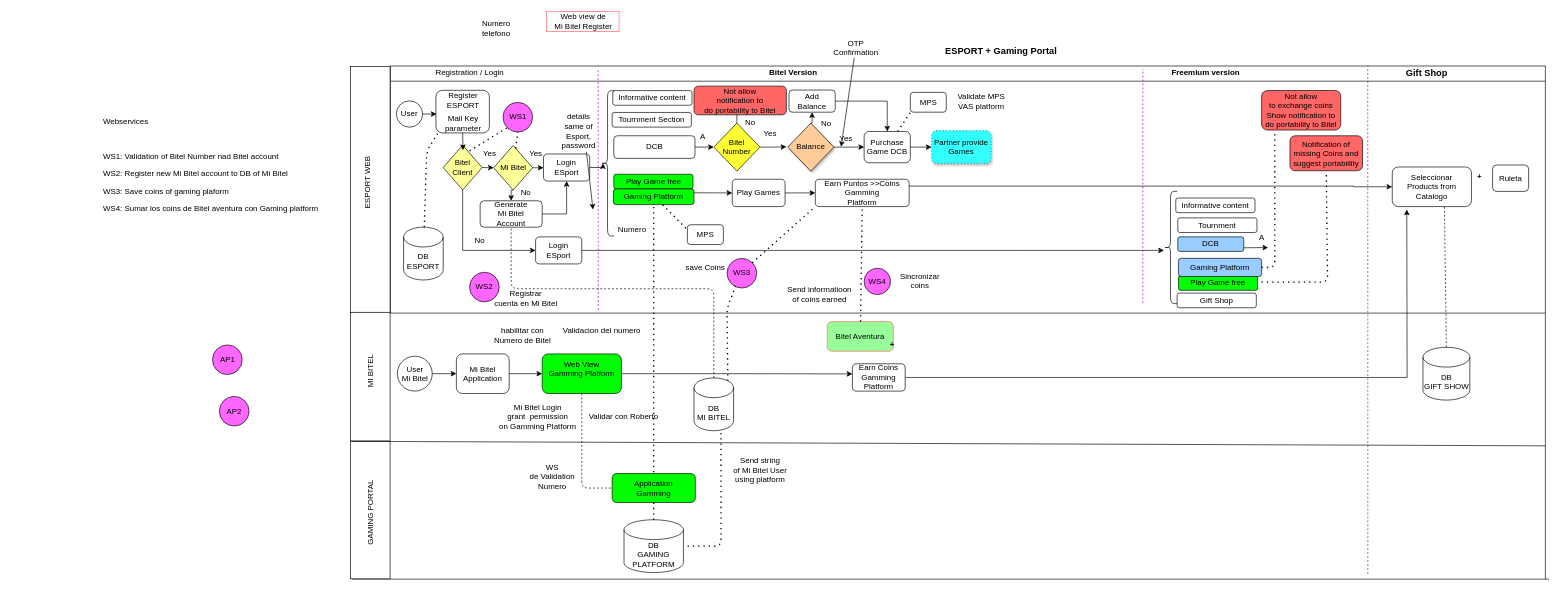
The draw.io diagram Mercado Libre /Esport and Bitel Gaming.drawio in czevallos99/Ecommerce, before the edit. Source tidied: cells renumbered, new cells numbered last; positions are measured from the earlier drawing's top-left corner, leaving out a move shared by most shapes. Both pictures are drawn from the tidied source at 66%, with x=0, y=0 at pixel (100, 11).
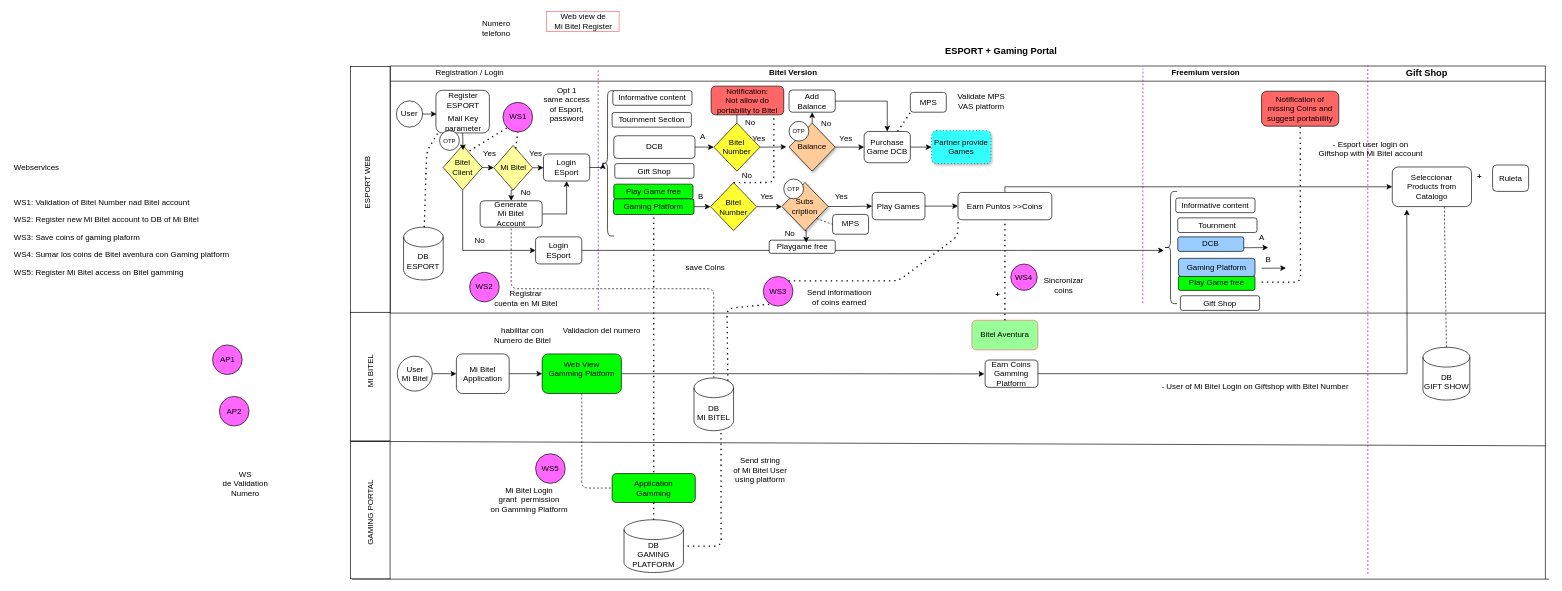
Above is the later version.

The change refers to these unchanged cells:
```xml
<mxCell id="2" style="swimlane;whiteSpace=wrap;startSize=23;" parent="1" vertex="1">
  <mxGeometry x="440" y="82.5" width="1750" height="374.4" as="geometry" />
</mxCell>
<mxCell id="36" value="&lt;div&gt;Seleccionar&lt;/div&gt;&lt;div&gt;Products from Catalogo&lt;br&gt;&lt;/div&gt;" style="rounded=1;whiteSpace=wrap;html=1;shadow=0;fillColor=#FFFFFF;" parent="2" vertex="1">
  <mxGeometry x="1518" y="153" width="120" height="60" as="geometry" />
</mxCell>
<mxCell id="64" value="Yes" style="text;html=1;align=center;verticalAlign=middle;points=[];strokeColor=none;" parent="2" vertex="1">
  <mxGeometry x="670" y="100" width="40" height="20" as="geometry" />
</mxCell>
<mxCell id="101" value="&lt;div&gt;DB&lt;/div&gt;&lt;div&gt;GAMING &lt;br&gt;&lt;/div&gt;&lt;div&gt;PLATFORM&lt;br&gt;&lt;/div&gt;" style="shape=cylinder3;whiteSpace=wrap;html=1;boundedLbl=1;backgroundOutline=1;size=15;fillColor=#FFFFFF;" parent="1" vertex="1">
  <mxGeometry x="794" y="770" width="90" height="80" as="geometry" />
</mxCell>
<mxCell id="107" value="&lt;div&gt;Web View &lt;br&gt;&lt;/div&gt;&lt;div&gt;Gamming Platform&lt;/div&gt;&lt;div&gt;&lt;br&gt;&lt;/div&gt;" style="rounded=1;whiteSpace=wrap;html=1;shadow=0;fillColor=#00FF00;" parent="1" vertex="1">
  <mxGeometry x="670" y="518.7" width="120" height="60" as="geometry" />
</mxCell>
```

Change to the diagram source:
```diff
@@
     <mxCell id="17" value="Play Game free" style="rounded=1;whiteSpace=wrap;html=1;fillColor=#00FF00;" parent="2" vertex="1">
-      <mxGeometry x="338.5" y="164" width="120" height="22.2" as="geometry" />
+      <mxGeometry x="338.5" y="179" width="120" height="22.2" as="geometry" />
     </mxCell>
@@
     <mxCell id="22" value="Play Game free" style="rounded=1;whiteSpace=wrap;html=1;fillColor=#00FF00;" parent="2" vertex="1">
-      <mxGeometry x="1194" y="317.7" width="120" height="22.2" as="geometry" />
+      <mxGeometry x="1194" y="317.8" width="116" height="22.2" as="geometry" />
     </mxCell>
@@
     <mxCell id="31" value="Balance" style="rhombus;whiteSpace=wrap;html=1;fillColor=#FFCC99;shadow=1;" parent="2" vertex="1">
-      <mxGeometry x="602" y="86.5" width="70" height="72.8" as="geometry" />
+      <mxGeometry x="604" y="86.5" width="70" height="72.8" as="geometry" />
     </mxCell>
@@
     <mxCell id="37" value="&lt;div&gt;Notification of missing Coins and suggest portabiility&lt;br&gt;&lt;/div&gt;" style="rounded=1;whiteSpace=wrap;html=1;shadow=0;fillColor=#FF6666;" parent="2" vertex="1">
-      <mxGeometry x="1363" y="105.7" width="110" height="53" as="geometry" />
+      <mxGeometry x="1320" y="38.2" width="117" height="53" as="geometry" />
     </mxCell>
-    <mxCell id="38" value="&lt;div&gt;Not allow &lt;br&gt;&lt;/div&gt;&lt;div&gt;to exchange coins&lt;/div&gt;&lt;div&gt;Show notification to&lt;/div&gt;&lt;div&gt;do portability to Bitel&lt;br&gt;&lt;/div&gt;" style="rounded=1;whiteSpace=wrap;html=1;shadow=0;fillColor=#FF6666;" parent="2" vertex="1">
-      <mxGeometry x="1320" y="37.1" width="120" height="60" as="geometry" />
-    </mxCell>
-    <mxCell id="39" style="edgeStyle=orthogonalEdgeStyle;rounded=0;jettySize=auto;html=1;exitX=1;exitY=0.25;exitDx=0;exitDy=0;entryX=0;entryY=0.5;entryDx=0;entryDy=0;" parent="2" edge="1" source="40" target="72">
-      <mxGeometry relative="1" as="geometry" />
-    </mxCell>
+    <mxCell id="142" style="edgeStyle=orthogonalEdgeStyle;rounded=0;jettySize=auto;html=1;exitX=1;exitY=0.5;exitDx=0;exitDy=0;entryX=0;entryY=0.5;entryDx=0;entryDy=0;" parent="2" edge="1" source="40" target="144">
+      <mxGeometry relative="1" as="geometry" />
+    </mxCell>
     <mxCell id="40" value="&lt;div&gt;Gaming Platform&lt;/div&gt;" style="rounded=1;whiteSpace=wrap;html=1;shadow=0;fillColor=#00FF00;" parent="2" vertex="1">
-      <mxGeometry x="338" y="186.2" width="122" height="23.8" as="geometry" />
+      <mxGeometry x="338" y="201.2" width="122" height="23.8" as="geometry" />
     </mxCell>
+    <mxCell id="42" style="edgeStyle=orthogonalEdgeStyle;rounded=0;jettySize=auto;html=1;exitX=0.5;exitY=0;exitDx=0;exitDy=0;entryX=0;entryY=0.5;entryDx=0;entryDy=0;" parent="2" edge="1" source="41" target="36">
+      <mxGeometry relative="1" as="geometry">
+        <Array as="points">
+          <mxPoint x="931" y="183" />
+        </Array>
+      </mxGeometry>
+    </mxCell>
-    <mxCell id="41" value="&lt;div&gt;Earn Puntos &amp;gt;&amp;gt;Coins&lt;/div&gt;&lt;div&gt;Gamming &lt;br&gt;&lt;/div&gt;&lt;div&gt;Platform&lt;br&gt;&lt;/div&gt;" style="rounded=1;whiteSpace=wrap;html=1;shadow=0;fillColor=#FFFFFF;" parent="2" vertex="1">
-      <mxGeometry x="643.8" y="171.6" width="142.2" height="41.4" as="geometry" />
+    <mxCell id="41" value="&lt;div&gt;Earn Puntos &amp;gt;&amp;gt;Coins&lt;/div&gt;" style="rounded=1;whiteSpace=wrap;html=1;shadow=0;fillColor=#FFFFFF;" parent="2" vertex="1">
+      <mxGeometry x="860" y="191.6" width="142.2" height="41.4" as="geometry" />
     </mxCell>
-    <mxCell id="42" style="edgeStyle=orthogonalEdgeStyle;rounded=0;jettySize=auto;html=1;exitX=1;exitY=0.25;exitDx=0;exitDy=0;entryX=0;entryY=0.5;entryDx=0;entryDy=0;" parent="2" edge="1" source="41" target="36">
-      <mxGeometry relative="1" as="geometry">
-        <Array as="points">
-          <mxPoint x="1460" y="182" />
-          <mxPoint x="1460" y="183" />
-        </Array>
-      </mxGeometry>
-    </mxCell>
@@
     <mxCell id="44" value="&lt;div&gt;&lt;br&gt;&lt;/div&gt;&lt;div&gt;Gaming Platform&lt;/div&gt;&lt;div&gt;&lt;br&gt;&lt;/div&gt;" style="rounded=1;whiteSpace=wrap;html=1;shadow=0;fillColor=#99CCFF;" parent="2" vertex="1">
-      <mxGeometry x="1194" y="291.4" width="126" height="27.5" as="geometry" />
+      <mxGeometry x="1194" y="291.4" width="116" height="27.5" as="geometry" />
     </mxCell>
@@
-    <mxCell id="58" value="&lt;div&gt;Not allow &lt;br&gt;&lt;/div&gt;notification to&lt;div&gt;do portability to Bitel&lt;br&gt;&lt;/div&gt;" style="rounded=1;whiteSpace=wrap;html=1;shadow=0;fillColor=#FF6666;" parent="2" vertex="1">
-      <mxGeometry x="460" y="30.5" width="140" height="43.5" as="geometry" />
+    <mxCell id="58" value="&lt;div&gt;NotIfication: &lt;br&gt;&lt;/div&gt;&lt;div&gt;Not allow do portability to Bitel&lt;br&gt;&lt;/div&gt;" style="rounded=1;whiteSpace=wrap;html=1;shadow=0;fillColor=#FF6666;" parent="2" vertex="1">
+      <mxGeometry x="486" y="30.5" width="110" height="43.5" as="geometry" />
     </mxCell>
     <mxCell id="59" value="Yes" style="text;html=1;align=center;verticalAlign=middle;strokeColor=none;" parent="2" vertex="1">
-      <mxGeometry x="555" y="92.6" width="40" height="20" as="geometry" />
+      <mxGeometry x="537.8" y="100.3" width="40" height="20" as="geometry" />
     </mxCell>
@@
-    <mxCell id="67" style="endArrow=none;dashed=1;html=1;dashPattern=1 3;strokeWidth=2;exitX=1;exitY=0.5;exitDx=0;exitDy=0;" parent="2" edge="1" source="44">
-      <mxGeometry relative="1" as="geometry">
-        <mxPoint x="1340" y="102.5" as="targetPoint" />
-        <Array as="points">
-          <mxPoint x="1340" y="305.5" />
-        </Array>
-      </mxGeometry>
-    </mxCell>
     <mxCell id="68" value="MPS" style="rounded=1;whiteSpace=wrap;html=1;fillColor=#FFFFFF;" parent="2" vertex="1">
-      <mxGeometry x="450" y="240.5" width="54.5" height="30" as="geometry" />
+      <mxGeometry x="670" y="224.9" width="54.5" height="30" as="geometry" />
     </mxCell>
-    <mxCell id="69" style="endArrow=none;dashed=1;html=1;dashPattern=1 3;strokeWidth=2;exitX=0.611;exitY=1.008;exitDx=0;exitDy=0;exitPerimeter=0;entryX=0;entryY=0.25;entryDx=0;entryDy=0;" parent="2" edge="1" source="40" target="68">
-      <mxGeometry relative="1" as="geometry" />
-    </mxCell>
@@
     <mxCell id="72" value="Play Games" style="rounded=1;whiteSpace=wrap;html=1;shadow=0;fillColor=#FFFFFF;" parent="2" vertex="1">
-      <mxGeometry x="518" y="171.6" width="80" height="41.4" as="geometry" />
+      <mxGeometry x="730" y="191.6" width="80" height="41.4" as="geometry" />
     </mxCell>
@@
     <mxCell id="75" value="&lt;div&gt;Send informatioon &lt;br&gt;&lt;/div&gt;&lt;div&gt;of coins earned&lt;br&gt;&lt;/div&gt;" style="text;html=1;align=center;verticalAlign=middle;strokeColor=none;" parent="2" vertex="1">
-      <mxGeometry x="590" y="330" width="120" height="30" as="geometry" />
+      <mxGeometry x="620" y="335" width="120" height="30" as="geometry" />
     </mxCell>
     <mxCell id="76" value="WS4" style="ellipse;whiteSpace=wrap;html=1;fillColor=#FF66FF;" parent="2" vertex="1">
-      <mxGeometry x="717.8" y="306.4" width="40" height="40" as="geometry" />
+      <mxGeometry x="940" y="300" width="40" height="40" as="geometry" />
     </mxCell>
     <mxCell id="77" value="Gift Shop" style="rounded=1;whiteSpace=wrap;html=1;fillColor=#FFFFFF;" parent="2" vertex="1">
-      <mxGeometry x="1192" y="344.1" width="120" height="22.2" as="geometry" />
+      <mxGeometry x="340" y="147.9" width="120" height="22.2" as="geometry" />
     </mxCell>
     <mxCell id="78" value="WS3" style="ellipse;whiteSpace=wrap;html=1;fillColor=#FF66FF;" parent="2" vertex="1">
-      <mxGeometry x="510.1" y="291.5" width="44.9" height="44.9" as="geometry" />
+      <mxGeometry x="565" y="318.9" width="44.9" height="44.9" as="geometry" />
     </mxCell>
     <mxCell id="79" value="&lt;div&gt;Sincronizar&lt;/div&gt;&lt;div&gt; coins&lt;/div&gt;" style="text;html=1;align=center;verticalAlign=middle;strokeColor=none;" parent="2" vertex="1">
-      <mxGeometry x="762.2" y="310" width="80" height="30" as="geometry" />
+      <mxGeometry x="980" y="317.8" width="80" height="30" as="geometry" />
     </mxCell>
@@
     <mxCell id="81" style="endArrow=none;dashed=1;html=1;dashPattern=1 3;strokeWidth=2;entryX=0;entryY=1;entryDx=0;entryDy=0;exitX=1;exitY=0;exitDx=0;exitDy=0;" parent="2" edge="1" source="78" target="41">
-      <mxGeometry relative="1" as="geometry" />
+      <mxGeometry relative="1" as="geometry">
+        <Array as="points">
+          <mxPoint x="770" y="325.5" />
+          <mxPoint x="860" y="257.5" />
+        </Array>
+      </mxGeometry>
     </mxCell>
@@
-    <mxCell id="83" value="&lt;div&gt;details&lt;/div&gt;&lt;div&gt;same of&lt;/div&gt;&lt;div&gt;Esport, &lt;br&gt;&lt;/div&gt;&lt;div&gt;password&lt;br&gt;&lt;/div&gt;" style="text;html=1;align=center;verticalAlign=middle;points=[];strokeColor=none;" parent="2" vertex="1">
-      <mxGeometry x="250" y="68.9" width="70" height="60" as="geometry" />
+    <mxCell id="83" value="Opt 1&lt;br&gt;&lt;div&gt;same access&lt;/div&gt;&lt;div&gt;of Esport, &lt;br&gt;&lt;/div&gt;&lt;div&gt;password&lt;br&gt;&lt;/div&gt;" style="text;html=1;align=center;verticalAlign=middle;points=[];strokeColor=none;" parent="2" vertex="1">
+      <mxGeometry x="222" y="28.9" width="90" height="60" as="geometry" />
     </mxCell>
@@
-    <mxCell id="87" value="Numero" style="text;html=1;align=center;verticalAlign=middle;strokeColor=none;" parent="2" vertex="1">
-      <mxGeometry x="336" y="238.9" width="60" height="20" as="geometry" />
-    </mxCell>
@@
+    <mxCell id="143" style="edgeStyle=orthogonalEdgeStyle;rounded=0;jettySize=auto;html=1;exitX=1;exitY=0.5;exitDx=0;exitDy=0;entryX=0;entryY=0.5;entryDx=0;entryDy=0;" parent="2" edge="1" source="144" target="146">
+      <mxGeometry relative="1" as="geometry" />
+    </mxCell>
+    <mxCell id="144" value="Bitel Number" style="rhombus;whiteSpace=wrap;html=1;fillColor=#FFFF33;" parent="2" vertex="1">
+      <mxGeometry x="485" y="176.7" width="70" height="72.8" as="geometry" />
+    </mxCell>
+    <mxCell id="145" style="edgeStyle=orthogonalEdgeStyle;rounded=0;jettySize=auto;html=1;exitX=1;exitY=0.5;exitDx=0;exitDy=0;entryX=0;entryY=0.5;entryDx=0;entryDy=0;" parent="2" edge="1" source="146" target="72">
+      <mxGeometry relative="1" as="geometry" />
+    </mxCell>
+    <mxCell id="146" value="&lt;div&gt;Subs&lt;/div&gt;&lt;div&gt;cription&lt;/div&gt;" style="rhombus;whiteSpace=wrap;html=1;fillColor=#FFCC99;shadow=1;" parent="2" vertex="1">
+      <mxGeometry x="593.2" y="176.5" width="70" height="72.8" as="geometry" />
+    </mxCell>
+    <mxCell id="147" style="endArrow=none;dashed=1;html=1;exitX=1;exitY=1;exitDx=0;exitDy=0;entryX=0;entryY=0.5;entryDx=0;entryDy=0;" parent="2" edge="1" source="146" target="68">
+      <mxGeometry relative="1" as="geometry" />
+    </mxCell>
+    <mxCell id="148" value="Yes" style="text;html=1;align=center;verticalAlign=middle;strokeColor=none;" parent="2" vertex="1">
+      <mxGeometry x="550" y="187.7" width="40" height="20" as="geometry" />
+    </mxCell>
+    <mxCell id="149" style="endArrow=none;dashed=1;html=1;dashPattern=1 3;strokeWidth=2;entryX=0.864;entryY=1.012;entryDx=0;entryDy=0;exitX=0.5;exitY=0;exitDx=0;exitDy=0;entryPerimeter=0;" parent="2" edge="1" source="144" target="58">
+      <mxGeometry relative="1" as="geometry">
+        <Array as="points">
+          <mxPoint x="581" y="176.5" />
+        </Array>
+      </mxGeometry>
+    </mxCell>
+    <mxCell id="150" value="No" style="text;html=1;align=center;verticalAlign=middle;strokeColor=none;" parent="2" vertex="1">
+      <mxGeometry x="525" y="156.5" width="30" height="20" as="geometry" />
+    </mxCell>
+    <mxCell id="151" value="Yes" style="text;html=1;align=center;verticalAlign=middle;strokeColor=none;" parent="2" vertex="1">
+      <mxGeometry x="663.2" y="187.7" width="40" height="20" as="geometry" />
+    </mxCell>
+    <mxCell id="152" value="No" style="text;html=1;align=center;verticalAlign=middle;strokeColor=none;" parent="2" vertex="1">
+      <mxGeometry x="590" y="243.9" width="30" height="20" as="geometry" />
+    </mxCell>
+    <mxCell id="153" style="rounded=1;whiteSpace=wrap;html=1;" parent="2" vertex="1">
+      <mxGeometry x="574" y="263.9" width="100" height="20" as="geometry" />
+    </mxCell>
+    <mxCell id="154" value="Playgame free" style="text;html=1;align=center;verticalAlign=middle;strokeColor=none;" parent="2" vertex="1">
+      <mxGeometry x="574" y="263.9" width="100" height="20" as="geometry" />
+    </mxCell>
+    <mxCell id="155" value="B" style="text;html=1;align=center;verticalAlign=middle;strokeColor=none;" parent="2" vertex="1">
+      <mxGeometry x="1320" y="283.9" width="20" height="20" as="geometry" />
+    </mxCell>
+    <mxCell id="156" value="&lt;font style=&quot;font-size: 9px&quot;&gt;OTP&lt;/font&gt;" style="ellipse;whiteSpace=wrap;html=1;" parent="2" vertex="1">
+      <mxGeometry x="604" y="83.9" width="30" height="30" as="geometry" />
+    </mxCell>
+    <mxCell id="157" value="&lt;font style=&quot;font-size: 9px&quot;&gt;OTP&lt;/font&gt;" style="ellipse;whiteSpace=wrap;html=1;" parent="2" vertex="1">
+      <mxGeometry x="74.5" y="97.9" width="30" height="30" as="geometry" />
+    </mxCell>
+    <mxCell id="158" value="&lt;font style=&quot;font-size: 9px&quot;&gt;OTP&lt;/font&gt;" style="ellipse;whiteSpace=wrap;html=1;" parent="2" vertex="1">
+      <mxGeometry x="596" y="171.2" width="30" height="30" as="geometry" />
+    </mxCell>
+    <mxCell id="159" value="&lt;div&gt;- Esport user login on&lt;/div&gt;&lt;div&gt;Giftshop with Mi Bitel account&lt;br&gt;&lt;/div&gt;" style="text;html=1;align=center;verticalAlign=middle;strokeColor=none;" parent="2" vertex="1">
+      <mxGeometry x="1390" y="110" width="190" height="30" as="geometry" />
+    </mxCell>
+    <mxCell id="139" value="&lt;b&gt;+&lt;/b&gt;" style="text;html=1;align=center;verticalAlign=middle;strokeColor=none;" parent="2" vertex="1">
+      <mxGeometry x="910" y="336.4" width="20" height="20" as="geometry" />
+    </mxCell>
@@
     <mxCell id="105" style="endArrow=none;dashed=1;html=1;dashPattern=1 3;strokeWidth=2;entryX=0.5;entryY=1;entryDx=0;entryDy=0;" parent="1" edge="1" source="101" target="40">
-      <mxGeometry relative="1" as="geometry">
-        <Array as="points">
-          <mxPoint x="839" y="670" />
-        </Array>
-      </mxGeometry>
+      <mxGeometry relative="1" as="geometry" />
     </mxCell>
     <mxCell id="106" style="edgeStyle=orthogonalEdgeStyle;rounded=0;jettySize=auto;html=1;exitX=1;exitY=0.5;exitDx=0;exitDy=0;" parent="1" edge="1" source="107">
       <mxGeometry relative="1" as="geometry">
-        <mxPoint x="1140" y="549" as="targetPoint" />
+        <mxPoint x="1340" y="549" as="targetPoint" />
       </mxGeometry>
     </mxCell>
@@
-    <mxCell id="112" value="Webservices&lt;p&gt;&lt;br&gt;&lt;/p&gt;&lt;p&gt;WS1: Validation of Bitel Number nad Bitel account&lt;br&gt;&lt;/p&gt;WS2: Register new Mi Bitel account to DB of Mi Bitel&lt;br&gt;&lt;p&gt;WS3: Save coins of gaming plaform&lt;/p&gt;&lt;p&gt;WS4: Sumar los coins de Bitel aventura con Gaming platform&lt;/p&gt;&lt;p&gt;&lt;br&gt;&lt;/p&gt;&lt;p&gt;&lt;br&gt;&lt;/p&gt;" style="text;html=1;strokeColor=none;fillColor=none;spacing=5;spacingTop=-20;whiteSpace=wrap;overflow=hidden;rounded=0;shadow=0;" parent="1" vertex="1">
-      <mxGeometry y="170" width="350" height="250" as="geometry" />
+    <mxCell id="112" value="Webservices&lt;p&gt;&lt;br&gt;&lt;/p&gt;&lt;p&gt;WS1: Validation of Bitel Number nad Bitel account&lt;br&gt;&lt;/p&gt;WS2: Register new Mi Bitel account to DB of Mi Bitel&lt;br&gt;&lt;p&gt;WS3: Save coins of gaming plaform&lt;/p&gt;&lt;p&gt;WS4: Sumar los coins de Bitel aventura con Gaming platform&lt;/p&gt;&lt;p&gt;WS5: Register Mi Bitel access on Bitel gamming&lt;br&gt;&lt;/p&gt;&lt;p&gt;&lt;br&gt;&lt;/p&gt;&lt;p&gt;&lt;br&gt;&lt;/p&gt;" style="text;html=1;strokeColor=none;fillColor=none;spacing=5;spacingTop=-20;whiteSpace=wrap;overflow=hidden;rounded=0;shadow=0;" parent="1" vertex="1">
+      <mxGeometry x="-134.6" y="239.9" width="350" height="250" as="geometry" />
     </mxCell>
@@
     <mxCell id="114" value="&lt;div&gt;Mi Bitel Login&lt;/div&gt;&lt;div&gt;grant&amp;nbsp; permission&lt;/div&gt;&lt;div&gt;on Gamming Platform&lt;br&gt;&lt;/div&gt;" style="text;html=1;align=center;verticalAlign=middle;strokeColor=none;" parent="1" vertex="1">
-      <mxGeometry x="593.2" y="588.7" width="140" height="50" as="geometry" />
+      <mxGeometry x="580" y="714.9" width="140" height="50" as="geometry" />
     </mxCell>
@@
     <mxCell id="116" value="&lt;div&gt;Earn Coins&lt;/div&gt;&lt;div&gt;Gamming &lt;br&gt;&lt;/div&gt;&lt;div&gt;Platform&lt;br&gt;&lt;/div&gt;" style="rounded=1;whiteSpace=wrap;html=1;shadow=0;fillColor=#FFFFFF;" parent="1" vertex="1">
-      <mxGeometry x="1140" y="533.7" width="80" height="41.4" as="geometry" />
+      <mxGeometry x="1341.1" y="528" width="80" height="41.4" as="geometry" />
     </mxCell>
@@
     <mxCell id="128" value="Bitel Aventura" style="rounded=1;whiteSpace=wrap;html=1;strokeColor=#FF6666;fillColor=#99FF99;" parent="1" vertex="1">
-      <mxGeometry x="1102" y="469.8" width="100" height="44.9" as="geometry" />
+      <mxGeometry x="1321.1" y="467.7" width="100" height="44.9" as="geometry" />
     </mxCell>
@@
-    <mxCell id="131" value="Validar con Roberto" style="text;html=1;align=center;verticalAlign=middle;strokeColor=none;" parent="1" vertex="1">
-      <mxGeometry x="733.2" y="603.7" width="120" height="20" as="geometry" />
-    </mxCell>
@@
     <mxCell id="133" value="&lt;div&gt;WS &lt;br&gt;&lt;/div&gt;&lt;div&gt;de Validation&lt;/div&gt;&lt;div&gt;Numero&lt;br&gt;&lt;/div&gt;" style="text;html=1;align=center;verticalAlign=middle;strokeColor=none;" parent="1" vertex="1">
-      <mxGeometry x="640" y="680" width="90" height="50" as="geometry" />
+      <mxGeometry x="175" y="690" width="90" height="50" as="geometry" />
     </mxCell>
     <mxCell id="134" style="endArrow=none;dashed=1;html=1;dashPattern=1 3;strokeWidth=2;entryX=0.5;entryY=1;entryDx=0;entryDy=0;" parent="1" edge="1" target="37">
       <mxGeometry relative="1" as="geometry">
         <mxPoint x="1760" y="410" as="sourcePoint" />
         <Array as="points">
-          <mxPoint x="1860" y="410" />
+          <mxPoint x="1819" y="410" />
         </Array>
       </mxGeometry>
     </mxCell>
-    <mxCell id="135" style="endArrow=classic;html=1;exitX=0.671;exitY=1.02;exitDx=0;exitDy=0;exitPerimeter=0;" parent="1" edge="1" source="83">
-      <mxGeometry relative="1" as="geometry">
-        <mxPoint x="747" y="300" as="targetPoint" />
-      </mxGeometry>
-    </mxCell>
-    <mxCell id="136" value="&lt;div&gt;OTP &lt;br&gt;&lt;/div&gt;&lt;div&gt;Confirmation&lt;br&gt;&lt;/div&gt;" style="text;html=1;align=center;verticalAlign=middle;points=[];strokeColor=none;" parent="1" vertex="1">
-      <mxGeometry x="1100" y="40" width="90" height="30" as="geometry" />
-    </mxCell>
-    <mxCell id="137" style="endArrow=classic;html=1;entryX=0.325;entryY=1.125;entryDx=0;entryDy=0;entryPerimeter=0;" parent="1" edge="1" source="136" target="64">
-      <mxGeometry relative="1" as="geometry" />
-    </mxCell>
@@
-    <mxCell id="139" value="&lt;b&gt;+&lt;/b&gt;" style="text;html=1;align=center;verticalAlign=middle;strokeColor=none;" parent="1" vertex="1">
-      <mxGeometry x="1190" y="493.8" width="20" height="20" as="geometry" />
-    </mxCell>
@@
+    <mxCell id="160" value="B" style="text;html=1;align=center;verticalAlign=middle;strokeColor=none;" parent="1" vertex="1">
+      <mxGeometry x="900" y="270" width="20" height="20" as="geometry" />
+    </mxCell>
+    <mxCell id="161" style="edgeStyle=orthogonalEdgeStyle;rounded=0;jettySize=auto;html=1;exitX=0.5;exitY=1;exitDx=0;exitDy=0;" parent="1" edge="1" source="146">
+      <mxGeometry relative="1" as="geometry">
+        <mxPoint x="1070" y="350" as="targetPoint" />
+      </mxGeometry>
+    </mxCell>
+    <mxCell id="162" style="endArrow=classic;html=1;entryX=1;entryY=1.232;entryDx=0;entryDy=0;entryPerimeter=0;exitX=1;exitY=0.75;exitDx=0;exitDy=0;" parent="1" edge="1">
+      <mxGeometry relative="1" as="geometry">
+        <mxPoint x="1760" y="388.9" as="sourcePoint" />
+        <mxPoint x="1797" y="388.7" as="targetPoint" />
+      </mxGeometry>
+    </mxCell>
+    <mxCell id="163" value="Gift Shop" style="rounded=1;whiteSpace=wrap;html=1;fillColor=#FFFFFF;" parent="1" vertex="1">
+      <mxGeometry x="1637" y="430.6" width="120" height="22.2" as="geometry" />
+    </mxCell>
+    <mxCell id="164" value="WS5" style="ellipse;whiteSpace=wrap;html=1;fillColor=#FF66FF;" parent="1" vertex="1">
+      <mxGeometry x="660" y="670" width="44.9" height="44.9" as="geometry" />
+    </mxCell>
+    <mxCell id="165" value="- User of Mi Bitel Login on Giftshop with Bitel Number" style="text;html=1;align=center;verticalAlign=middle;strokeColor=none;" parent="1" vertex="1">
+      <mxGeometry x="1585" y="558.7" width="330" height="20" as="geometry" />
+    </mxCell>
```
